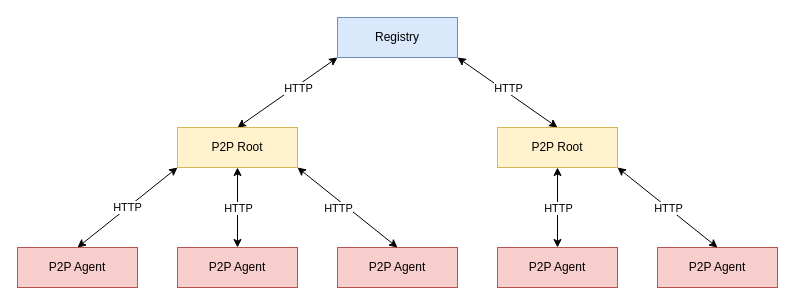
The draw.io diagram Untitled Diagram.drawio in 0niros/DADIP2P, before the edit. Source tidied: cells renumbered, new cells numbered last; positions are measured from the earlier drawing's top-left corner, leaving out a move shared by most shapes. Both pictures are drawn from the tidied source at 100%, with x=0, y=0 at pixel (17, 17).
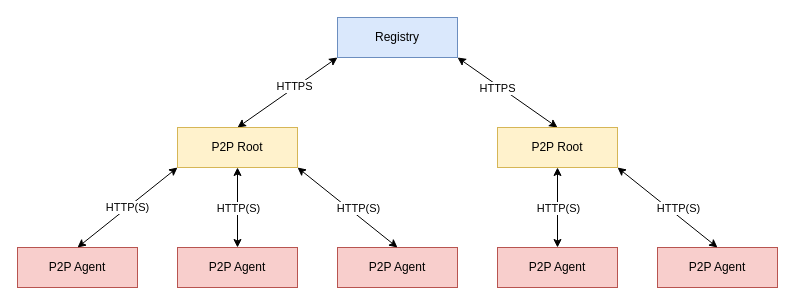
Above is the later version.

Unchanged cells that the change refers to:
```xml
<mxCell id="12" style="endArrow=classic;startArrow=classic;html=1;rounded=0;exitX=0.5;exitY=0;exitDx=0;exitDy=0;entryX=0;entryY=1;entryDx=0;entryDy=0;" parent="1" edge="1" source="7" target="4">
  <mxGeometry relative="1" as="geometry" />
</mxCell>
```

The edit, as a diff of the source:
```diff
@@
-    <mxCell id="13" value="HTTP" style="edgeLabel;html=1;align=center;verticalAlign=middle;" parent="12" vertex="1">
+    <mxCell id="13" value="HTTP(S)" style="edgeLabel;html=1;align=center;verticalAlign=middle;" parent="12" vertex="1">
       <mxGeometry x="0.42" y="-1" relative="1" as="geometry">
         <mxPoint x="-22" y="16" as="offset" />
       </mxGeometry>
     </mxCell>
@@
-    <mxCell id="18" value="HTTP" style="edgeLabel;html=1;align=center;verticalAlign=middle;" parent="1" vertex="1">
-      <mxGeometry x="220" y="190" as="geometry" />
-    </mxCell>
-    <mxCell id="19" value="HTTP" style="edgeLabel;html=1;align=center;verticalAlign=middle;" parent="1" vertex="1">
-      <mxGeometry x="320" y="190" as="geometry" />
-    </mxCell>
-    <mxCell id="20" value="HTTP" style="edgeLabel;html=1;align=center;verticalAlign=middle;" parent="1" vertex="1">
-      <mxGeometry x="540" y="190" as="geometry" />
-    </mxCell>
-    <mxCell id="21" value="HTTP" style="edgeLabel;html=1;align=center;verticalAlign=middle;" parent="1" vertex="1">
-      <mxGeometry x="650" y="190" as="geometry" />
-    </mxCell>
-    <mxCell id="22" value="HTTP" style="edgeLabel;html=1;align=center;verticalAlign=middle;" parent="1" vertex="1">
-      <mxGeometry x="280" y="70" as="geometry" />
+    <mxCell id="22" value="HTTPS" style="edgeLabel;html=1;align=center;verticalAlign=middle;" parent="1" vertex="1">
+      <mxGeometry x="280" y="70" as="geometry">
+        <mxPoint x="-4" y="-2" as="offset" />
+      </mxGeometry>
     </mxCell>
-    <mxCell id="23" value="HTTP" style="edgeLabel;html=1;align=center;verticalAlign=middle;" parent="1" vertex="1">
-      <mxGeometry x="490" y="70" as="geometry" />
+    <mxCell id="23" value="HTTPS" style="edgeLabel;html=1;align=center;verticalAlign=middle;" parent="1" vertex="1">
+      <mxGeometry x="490" y="70" as="geometry">
+        <mxPoint x="-11" as="offset" />
+      </mxGeometry>
     </mxCell>
+    <mxCell id="24" value="HTTP(S)" style="edgeLabel;html=1;align=center;verticalAlign=middle;" parent="1" vertex="1">
+      <mxGeometry x="220" y="190" as="geometry" />
+    </mxCell>
+    <mxCell id="25" value="HTTP(S)" style="edgeLabel;html=1;align=center;verticalAlign=middle;" parent="1" vertex="1">
+      <mxGeometry x="340" y="190" as="geometry" />
+    </mxCell>
+    <mxCell id="26" value="HTTP(S)" style="edgeLabel;html=1;align=center;verticalAlign=middle;" parent="1" vertex="1">
+      <mxGeometry x="540" y="190" as="geometry" />
+    </mxCell>
+    <mxCell id="27" value="HTTP(S)" style="edgeLabel;html=1;align=center;verticalAlign=middle;" parent="1" vertex="1">
+      <mxGeometry x="660" y="190" as="geometry" />
+    </mxCell>
```
